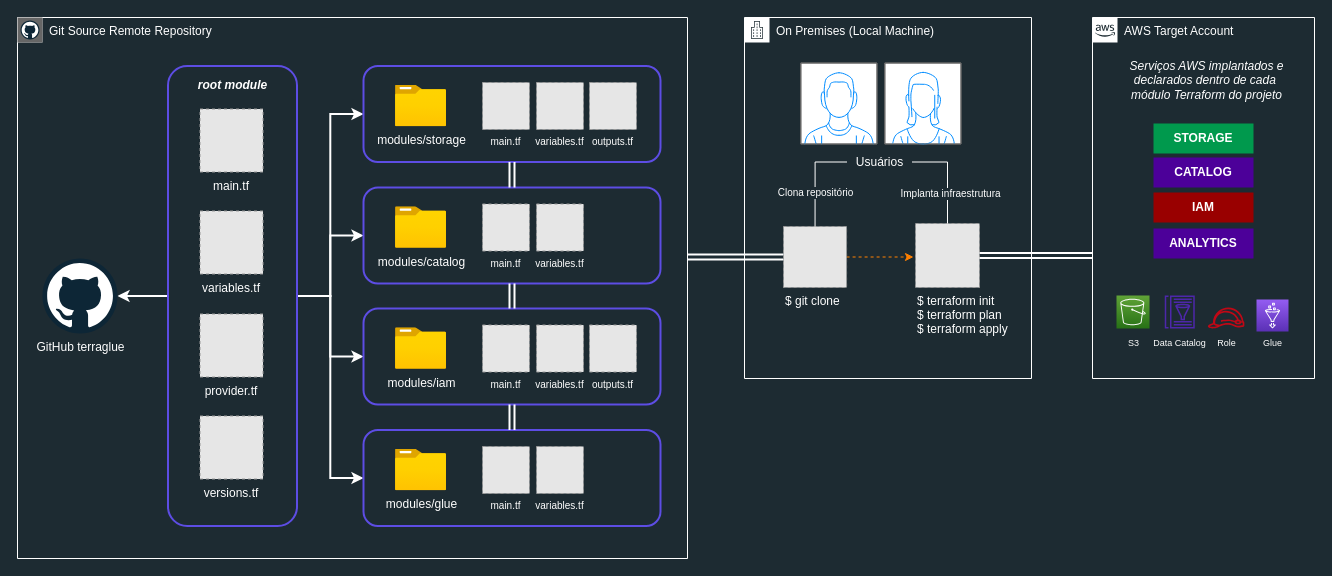
ThiagoPanini/terraglue keeps this draw.io diagram as page "user-view-dark" (3 of 4) of docs/diagram/terraglue-diagram.drawio. Above is the earlier version. Source tidied: cells renumbered, new cells numbered last; positions are measured from the earlier drawing's top-left corner, leaving out a move shared by most shapes. Both pictures are drawn from the tidied source at 100%, with x=0, y=0 at pixel (17, 17). Pictures stored in the file or linked from it are replaced by grey dashed boxes.
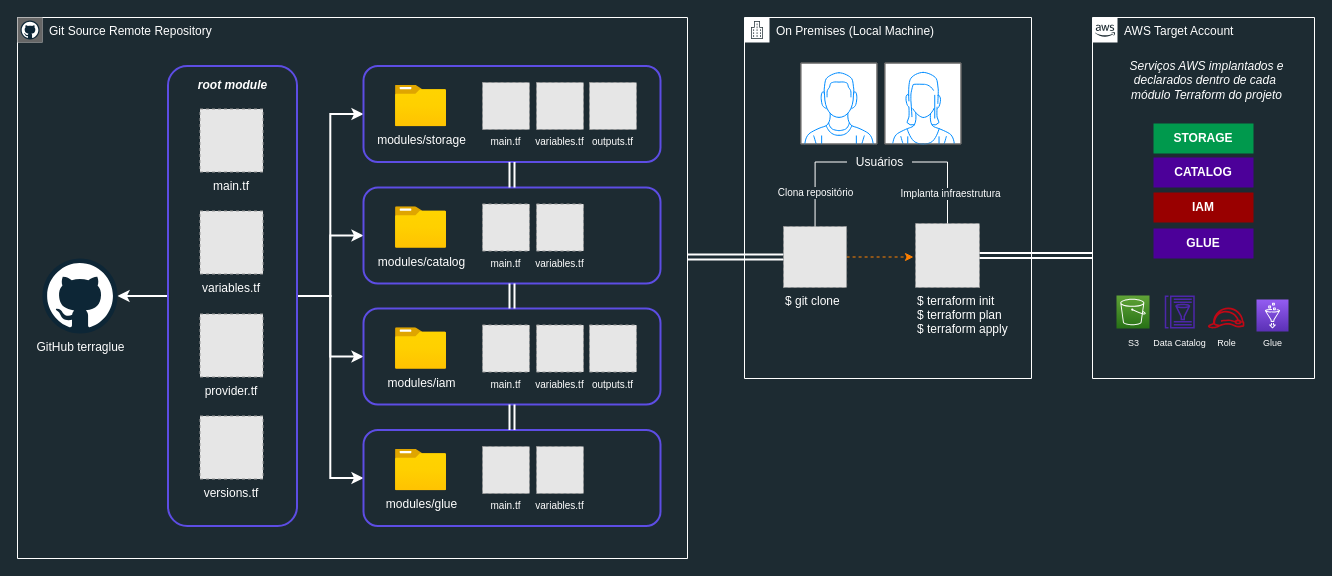
Above is the later version.

Commit message (it also covers changes not shown here):
docs: substituindo módulo analytics por módulo glue nos diagramas

The change refers to these unchanged cells:
```xml
<mxCell id="55" value="AWS Target Account" style="points=[[0,0],[0.25,0],[0.5,0],[0.75,0],[1,0],[1,0.25],[1,0.5],[1,0.75],[1,1],[0.75,1],[0.5,1],[0.25,1],[0,1],[0,0.75],[0,0.5],[0,0.25]];outlineConnect=0;gradientColor=none;html=1;whiteSpace=wrap;fontSize=12;fontStyle=0;shape=mxgraph.aws4.group;grIcon=mxgraph.aws4.group_aws_cloud_alt;strokeColor=#FFFFFF;fillColor=none;verticalAlign=top;align=left;spacingLeft=30;fontColor=#FFFFFF;dashed=0;strokeWidth=1;" parent="1" vertex="1">
  <mxGeometry x="1075" width="222" height="361" as="geometry" />
</mxCell>
```

Diff of the diagram source:
```diff
@@
-    <mxCell id="59" value="&lt;font color=&quot;#ffffff&quot; style=&quot;font-size: 12px;&quot;&gt;ANALYTICS&lt;/font&gt;" style="rounded=0;whiteSpace=wrap;html=1;fontSize=12;strokeColor=none;strokeWidth=1;fontStyle=1;fillColor=#4C0099;" parent="55" vertex="1">
+    <mxCell id="59" value="&lt;font color=&quot;#ffffff&quot; style=&quot;font-size: 12px;&quot;&gt;GLUE&lt;/font&gt;" style="rounded=0;whiteSpace=wrap;html=1;fontSize=12;strokeColor=none;strokeWidth=1;fontStyle=1;fillColor=#4C0099;" parent="55" vertex="1">
       <mxGeometry x="61" y="211" width="100" height="30" as="geometry" />
     </mxCell>
```
